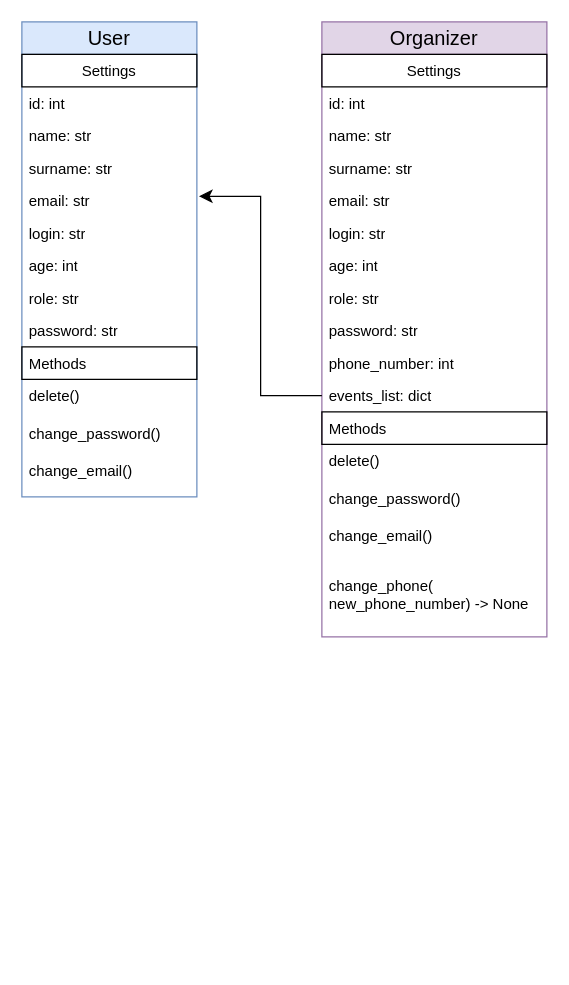
Above: Documentation/django_classes.drawio in Burchenkov/web_project (draw.io), before the change. Source tidied: cells renumbered, new cells numbered last; positions are measured from the earlier drawing's top-left corner, leaving out a move shared by most shapes. Both pictures are drawn from the tidied source at 125%, with x=0, y=0 at pixel (21, 21).
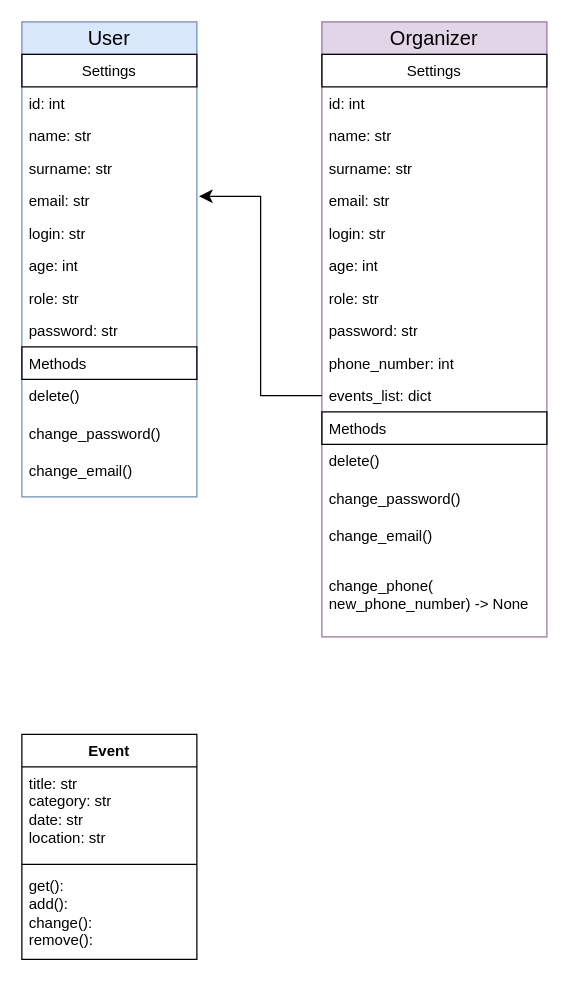
After the change.

Commit message (it also covers changes not shown here):
Class Event is added. Description of SignUp and get list of Events are added.

The edit, as a diff of the source:
```diff
@@
+    <mxCell id="35" value="Event" style="swimlane;fontStyle=1;align=center;verticalAlign=top;horizontal=1;startSize=26;whiteSpace=wrap;html=1;" parent="1" vertex="1">
+      <mxGeometry y="570" width="140" height="180" as="geometry" />
+    </mxCell>
+    <mxCell id="36" value="title: str&lt;div&gt;category: str&lt;/div&gt;&lt;div&gt;date: str&lt;/div&gt;&lt;div&gt;location: str&lt;/div&gt;" style="text;strokeColor=none;fillColor=none;align=left;verticalAlign=top;spacingLeft=4;spacingRight=4;overflow=hidden;whiteSpace=wrap;html=1;" parent="35" vertex="1">
+      <mxGeometry y="26" width="140" height="74" as="geometry" />
+    </mxCell>
+    <mxCell id="37" style="line;strokeWidth=1;fillColor=none;align=left;verticalAlign=middle;spacingTop=-1;spacingLeft=3;spacingRight=3;labelPosition=right;strokeColor=inherit;" parent="35" vertex="1">
+      <mxGeometry y="100" width="140" height="8" as="geometry" />
+    </mxCell>
+    <mxCell id="38" value="get():&lt;div&gt;add():&lt;/div&gt;&lt;div&gt;change():&lt;/div&gt;&lt;div&gt;remove():&amp;nbsp;&lt;/div&gt;" style="text;strokeColor=none;fillColor=none;align=left;verticalAlign=top;spacingLeft=4;spacingRight=4;overflow=hidden;whiteSpace=wrap;html=1;" parent="35" vertex="1">
+      <mxGeometry y="108" width="140" height="72" as="geometry" />
+    </mxCell>
```
